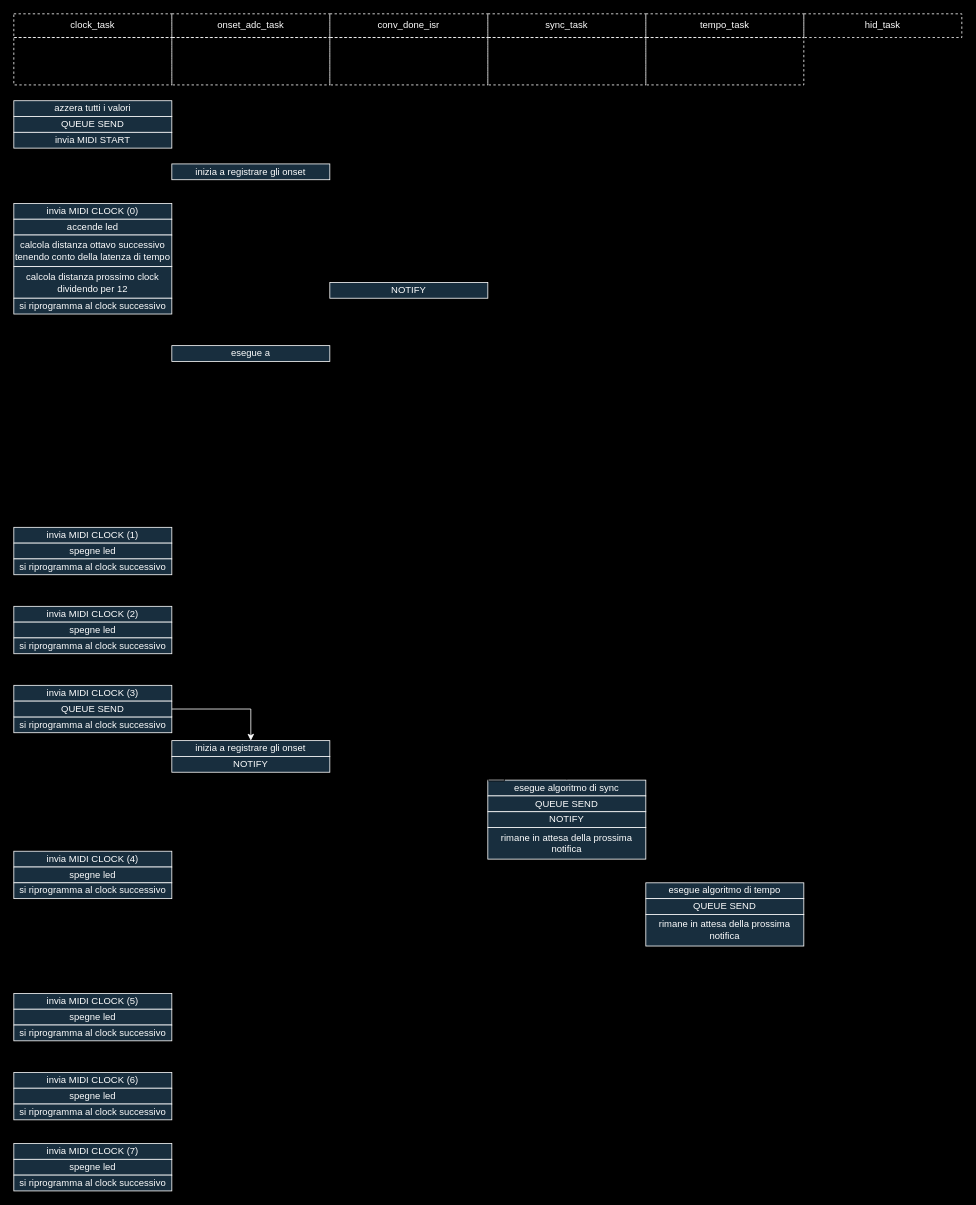
The draw.io diagram drawings/From_clock_on.drawio in carlo-monti/beat_catcher_2, before the edit. Source tidied: cells renumbered, new cells numbered last; positions are measured from the earlier drawing's top-left corner, leaving out a move shared by most shapes. Both pictures are drawn from the tidied source at 79%, with x=0, y=0 at pixel (13, 13).
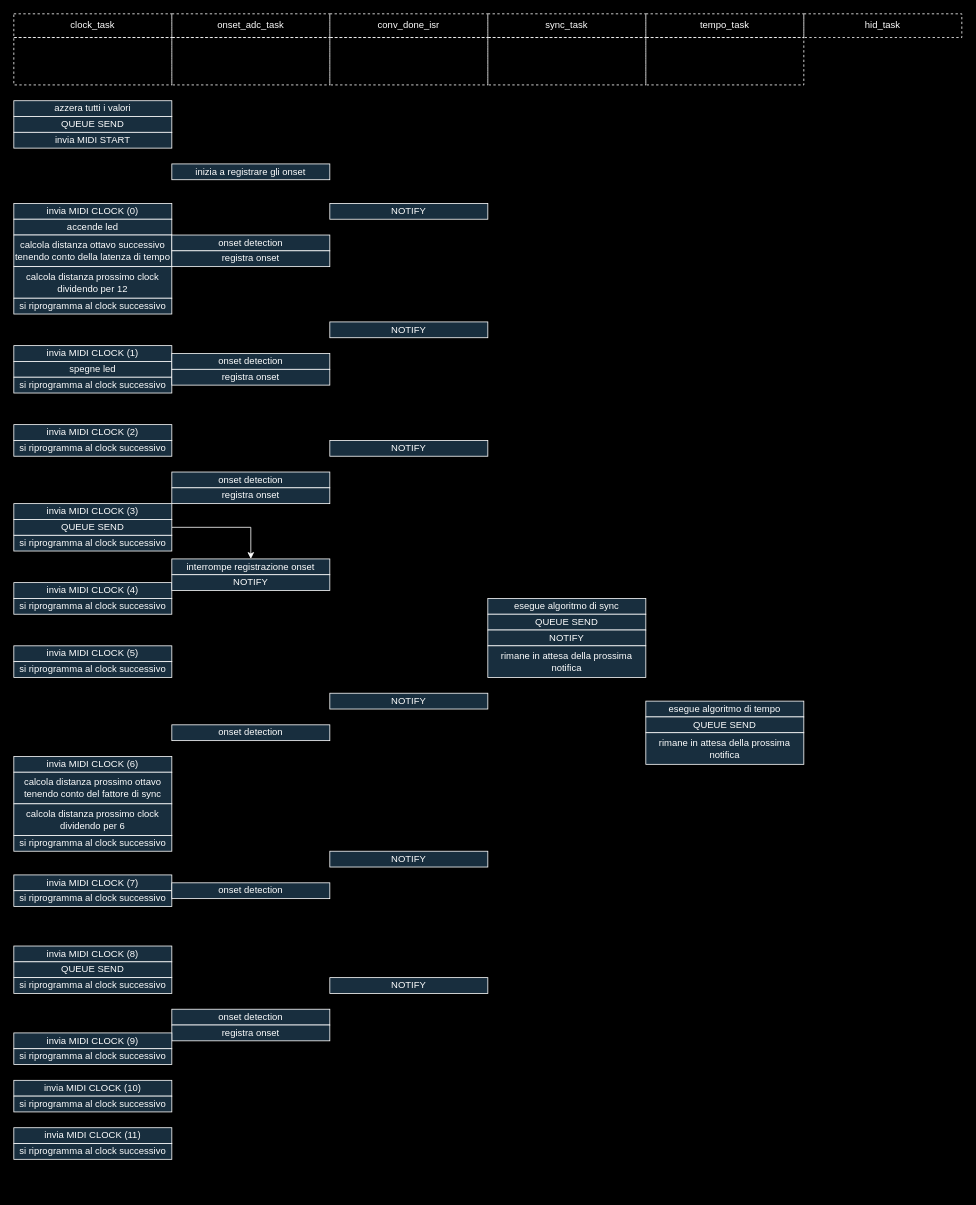
The same diagram, later.

Change to the diagram source:
```diff
@@
     <mxCell id="21" value="invia MIDI CLOCK (1)" style="rounded=0;whiteSpace=wrap;html=1;labelBackgroundColor=none;fillColor=#182E3E;strokeColor=#FFFFFF;fontColor=#FFFFFF;" parent="1" vertex="1">
-      <mxGeometry y="650" width="200" height="20" as="geometry" />
+      <mxGeometry y="420" width="200" height="20" as="geometry" />
     </mxCell>
     <mxCell id="22" value="spegne led" style="rounded=0;whiteSpace=wrap;html=1;labelBackgroundColor=none;fillColor=#182E3E;strokeColor=#FFFFFF;fontColor=#FFFFFF;" parent="1" vertex="1">
-      <mxGeometry y="670" width="200" height="20" as="geometry" />
+      <mxGeometry y="440" width="200" height="20" as="geometry" />
     </mxCell>
     <mxCell id="23" value="si riprogramma al clock successivo" style="rounded=0;whiteSpace=wrap;html=1;labelBackgroundColor=none;fillColor=#182E3E;strokeColor=#FFFFFF;fontColor=#FFFFFF;" parent="1" vertex="1">
-      <mxGeometry y="690" width="200" height="20" as="geometry" />
+      <mxGeometry y="460" width="200" height="20" as="geometry" />
     </mxCell>
     <mxCell id="24" value="invia MIDI CLOCK (2)" style="rounded=0;whiteSpace=wrap;html=1;labelBackgroundColor=none;fillColor=#182E3E;strokeColor=#FFFFFF;fontColor=#FFFFFF;" parent="1" vertex="1">
-      <mxGeometry y="750" width="200" height="20" as="geometry" />
+      <mxGeometry y="520" width="200" height="20" as="geometry" />
     </mxCell>
-    <mxCell id="25" value="spegne led" style="rounded=0;whiteSpace=wrap;html=1;labelBackgroundColor=none;fillColor=#182E3E;strokeColor=#FFFFFF;fontColor=#FFFFFF;" parent="1" vertex="1">
-      <mxGeometry y="770" width="200" height="20" as="geometry" />
-    </mxCell>
     <mxCell id="26" value="si riprogramma al clock successivo" style="rounded=0;whiteSpace=wrap;html=1;labelBackgroundColor=none;fillColor=#182E3E;strokeColor=#FFFFFF;fontColor=#FFFFFF;" parent="1" vertex="1">
-      <mxGeometry y="790" width="200" height="20" as="geometry" />
+      <mxGeometry y="540" width="200" height="20" as="geometry" />
     </mxCell>
     <mxCell id="27" value="invia MIDI CLOCK (3)" style="rounded=0;whiteSpace=wrap;html=1;labelBackgroundColor=none;fillColor=#182E3E;strokeColor=#FFFFFF;fontColor=#FFFFFF;" parent="1" vertex="1">
-      <mxGeometry y="850" width="200" height="20" as="geometry" />
+      <mxGeometry y="620" width="200" height="20" as="geometry" />
     </mxCell>
     <mxCell id="28" value="si riprogramma al clock successivo" style="rounded=0;whiteSpace=wrap;html=1;labelBackgroundColor=none;fillColor=#182E3E;strokeColor=#FFFFFF;fontColor=#FFFFFF;" parent="1" vertex="1">
-      <mxGeometry y="890" width="200" height="20" as="geometry" />
+      <mxGeometry y="660" width="200" height="20" as="geometry" />
     </mxCell>
@@
     <mxCell id="30" value="QUEUE SEND" style="rounded=0;whiteSpace=wrap;html=1;labelBackgroundColor=none;fillColor=#182E3E;strokeColor=#FFFFFF;fontColor=#FFFFFF;" parent="1" vertex="1">
-      <mxGeometry y="870" width="200" height="20" as="geometry" />
+      <mxGeometry y="640" width="200" height="20" as="geometry" />
     </mxCell>
     <mxCell id="31" value="invia MIDI CLOCK (4)" style="rounded=0;whiteSpace=wrap;html=1;labelBackgroundColor=none;fillColor=#182E3E;strokeColor=#FFFFFF;fontColor=#FFFFFF;" parent="1" vertex="1">
-      <mxGeometry y="1060" width="200" height="20" as="geometry" />
+      <mxGeometry y="720" width="200" height="20" as="geometry" />
     </mxCell>
-    <mxCell id="32" value="spegne led" style="rounded=0;whiteSpace=wrap;html=1;labelBackgroundColor=none;fillColor=#182E3E;strokeColor=#FFFFFF;fontColor=#FFFFFF;" parent="1" vertex="1">
-      <mxGeometry y="1080" width="200" height="20" as="geometry" />
-    </mxCell>
     <mxCell id="33" value="si riprogramma al clock successivo" style="rounded=0;whiteSpace=wrap;html=1;labelBackgroundColor=none;fillColor=#182E3E;strokeColor=#FFFFFF;fontColor=#FFFFFF;" parent="1" vertex="1">
-      <mxGeometry y="1100" width="200" height="20" as="geometry" />
+      <mxGeometry y="740" width="200" height="20" as="geometry" />
     </mxCell>
     <mxCell id="34" value="invia MIDI CLOCK (5)" style="rounded=0;whiteSpace=wrap;html=1;labelBackgroundColor=none;fillColor=#182E3E;strokeColor=#FFFFFF;fontColor=#FFFFFF;" parent="1" vertex="1">
-      <mxGeometry y="1240" width="200" height="20" as="geometry" />
+      <mxGeometry y="800" width="200" height="20" as="geometry" />
     </mxCell>
-    <mxCell id="35" value="spegne led" style="rounded=0;whiteSpace=wrap;html=1;labelBackgroundColor=none;fillColor=#182E3E;strokeColor=#FFFFFF;fontColor=#FFFFFF;" parent="1" vertex="1">
-      <mxGeometry y="1260" width="200" height="20" as="geometry" />
-    </mxCell>
     <mxCell id="36" value="si riprogramma al clock successivo" style="rounded=0;whiteSpace=wrap;html=1;labelBackgroundColor=none;fillColor=#182E3E;strokeColor=#FFFFFF;fontColor=#FFFFFF;" parent="1" vertex="1">
-      <mxGeometry y="1280" width="200" height="20" as="geometry" />
+      <mxGeometry y="820" width="200" height="20" as="geometry" />
     </mxCell>
-    <mxCell id="37" value="inizia a registrare gli onset" style="rounded=0;whiteSpace=wrap;html=1;labelBackgroundColor=none;fillColor=#182E3E;strokeColor=#FFFFFF;fontColor=#FFFFFF;" parent="1" vertex="1">
-      <mxGeometry x="200" y="920" width="200" height="20" as="geometry" />
+    <mxCell id="37" value="interrompe registrazione onset" style="rounded=0;whiteSpace=wrap;html=1;labelBackgroundColor=none;fillColor=#182E3E;strokeColor=#FFFFFF;fontColor=#FFFFFF;" parent="1" vertex="1">
+      <mxGeometry x="200" y="690" width="200" height="20" as="geometry" />
     </mxCell>
     <mxCell id="38" value="esegue algoritmo di sync" style="rounded=0;whiteSpace=wrap;html=1;labelBackgroundColor=none;fillColor=#182E3E;strokeColor=#FFFFFF;fontColor=#FFFFFF;" parent="1" vertex="1">
-      <mxGeometry x="600" y="970" width="200" height="20" as="geometry" />
+      <mxGeometry x="600" y="740" width="200" height="20" as="geometry" />
     </mxCell>
-    <mxCell id="39" style="edgeStyle=orthogonalEdgeStyle;rounded=0;jettySize=auto;html=1;exitX=1;exitY=0.5;exitDx=0;exitDy=0;entryX=0.5;entryY=0;entryDx=0;entryDy=0;" parent="1" edge="1" target="38">
-      <mxGeometry relative="1" as="geometry">
-        <mxPoint x="600" y="950" as="sourcePoint" />
-      </mxGeometry>
-    </mxCell>
     <mxCell id="40" value="NOTIFY" style="rounded=0;whiteSpace=wrap;html=1;labelBackgroundColor=none;fillColor=#182E3E;strokeColor=#FFFFFF;fontColor=#FFFFFF;" parent="1" vertex="1">
-      <mxGeometry x="200" y="940" width="200" height="20" as="geometry" />
+      <mxGeometry x="200" y="710" width="200" height="20" as="geometry" />
     </mxCell>
-    <mxCell id="41" style="edgeStyle=orthogonalEdgeStyle;rounded=0;jettySize=auto;html=1;exitX=0;exitY=0.25;exitDx=0;exitDy=0;entryX=0.75;entryY=0;entryDx=0;entryDy=0;" parent="1" edge="1" source="42" target="31">
-      <mxGeometry relative="1" as="geometry" />
-    </mxCell>
     <mxCell id="42" value="QUEUE SEND" style="rounded=0;whiteSpace=wrap;html=1;labelBackgroundColor=none;fillColor=#182E3E;strokeColor=#FFFFFF;fontColor=#FFFFFF;" parent="1" vertex="1">
-      <mxGeometry x="600" y="990" width="200" height="20" as="geometry" />
+      <mxGeometry x="600" y="760" width="200" height="20" as="geometry" />
     </mxCell>
     <mxCell id="43" value="NOTIFY" style="rounded=0;whiteSpace=wrap;html=1;labelBackgroundColor=none;fillColor=#182E3E;strokeColor=#FFFFFF;fontColor=#FFFFFF;" parent="1" vertex="1">
-      <mxGeometry x="600" y="1010" width="200" height="20" as="geometry" />
+      <mxGeometry x="600" y="780" width="200" height="20" as="geometry" />
     </mxCell>
-    <mxCell id="44" style="edgeStyle=orthogonalEdgeStyle;rounded=0;jettySize=auto;html=1;exitX=0;exitY=0.5;exitDx=0;exitDy=0;entryX=0.75;entryY=0;entryDx=0;entryDy=0;" parent="1" edge="1" target="34">
-      <mxGeometry relative="1" as="geometry">
-        <mxPoint x="600" y="1160" as="sourcePoint" />
-      </mxGeometry>
-    </mxCell>
     <mxCell id="45" value="rimane in attesa della prossima notifica" style="rounded=0;whiteSpace=wrap;html=1;labelBackgroundColor=none;fillColor=#182E3E;strokeColor=#FFFFFF;fontColor=#FFFFFF;" parent="1" vertex="1">
-      <mxGeometry x="600" y="1030" width="200" height="40" as="geometry" />
+      <mxGeometry x="600" y="800" width="200" height="40" as="geometry" />
     </mxCell>
     <mxCell id="46" value="esegue algoritmo di tempo" style="rounded=0;whiteSpace=wrap;html=1;labelBackgroundColor=none;fillColor=#182E3E;strokeColor=#FFFFFF;fontColor=#FFFFFF;" parent="1" vertex="1">
-      <mxGeometry x="800" y="1100" width="200" height="20" as="geometry" />
+      <mxGeometry x="800" y="870" width="200" height="20" as="geometry" />
     </mxCell>
-    <mxCell id="47" style="edgeStyle=orthogonalEdgeStyle;rounded=0;jettySize=auto;html=1;exitX=0;exitY=0.5;exitDx=0;exitDy=0;entryX=0.75;entryY=0;entryDx=0;entryDy=0;" parent="1" edge="1" source="48" target="34">
-      <mxGeometry relative="1" as="geometry" />
-    </mxCell>
     <mxCell id="48" value="QUEUE SEND" style="rounded=0;whiteSpace=wrap;html=1;labelBackgroundColor=none;fillColor=#182E3E;strokeColor=#FFFFFF;fontColor=#FFFFFF;" parent="1" vertex="1">
-      <mxGeometry x="800" y="1120" width="200" height="20" as="geometry" />
+      <mxGeometry x="800" y="890" width="200" height="20" as="geometry" />
     </mxCell>
     <mxCell id="49" value="rimane in attesa della prossima notifica" style="rounded=0;whiteSpace=wrap;html=1;labelBackgroundColor=none;fillColor=#182E3E;strokeColor=#FFFFFF;fontColor=#FFFFFF;" parent="1" vertex="1">
-      <mxGeometry x="800" y="1140" width="200" height="40" as="geometry" />
+      <mxGeometry x="800" y="910" width="200" height="40" as="geometry" />
     </mxCell>
     <mxCell id="50" value="invia MIDI CLOCK (6)" style="rounded=0;whiteSpace=wrap;html=1;labelBackgroundColor=none;fillColor=#182E3E;strokeColor=#FFFFFF;fontColor=#FFFFFF;" parent="1" vertex="1">
-      <mxGeometry y="1340" width="200" height="20" as="geometry" />
+      <mxGeometry y="940" width="200" height="20" as="geometry" />
     </mxCell>
-    <mxCell id="51" value="spegne led" style="rounded=0;whiteSpace=wrap;html=1;labelBackgroundColor=none;fillColor=#182E3E;strokeColor=#FFFFFF;fontColor=#FFFFFF;" parent="1" vertex="1">
-      <mxGeometry y="1360" width="200" height="20" as="geometry" />
-    </mxCell>
     <mxCell id="52" value="si riprogramma al clock successivo" style="rounded=0;whiteSpace=wrap;html=1;labelBackgroundColor=none;fillColor=#182E3E;strokeColor=#FFFFFF;fontColor=#FFFFFF;" parent="1" vertex="1">
-      <mxGeometry y="1380" width="200" height="20" as="geometry" />
+      <mxGeometry y="1040" width="200" height="20" as="geometry" />
     </mxCell>
     <mxCell id="53" value="invia MIDI CLOCK (7)" style="rounded=0;whiteSpace=wrap;html=1;labelBackgroundColor=none;fillColor=#182E3E;strokeColor=#FFFFFF;fontColor=#FFFFFF;" parent="1" vertex="1">
-      <mxGeometry y="1430" width="200" height="20" as="geometry" />
+      <mxGeometry y="1090" width="200" height="20" as="geometry" />
     </mxCell>
-    <mxCell id="54" value="spegne led" style="rounded=0;whiteSpace=wrap;html=1;labelBackgroundColor=none;fillColor=#182E3E;strokeColor=#FFFFFF;fontColor=#FFFFFF;" parent="1" vertex="1">
-      <mxGeometry y="1450" width="200" height="20" as="geometry" />
-    </mxCell>
     <mxCell id="55" value="si riprogramma al clock successivo" style="rounded=0;whiteSpace=wrap;html=1;labelBackgroundColor=none;fillColor=#182E3E;strokeColor=#FFFFFF;fontColor=#FFFFFF;" parent="1" vertex="1">
-      <mxGeometry y="1470" width="200" height="20" as="geometry" />
+      <mxGeometry y="1110" width="200" height="20" as="geometry" />
     </mxCell>
     <mxCell id="56" value="NOTIFY" style="rounded=0;whiteSpace=wrap;html=1;labelBackgroundColor=none;fillColor=#182E3E;strokeColor=#FFFFFF;fontColor=#FFFFFF;" parent="1" vertex="1">
-      <mxGeometry x="400" y="340" width="200" height="20" as="geometry" />
+      <mxGeometry x="400" y="240" width="200" height="20" as="geometry" />
     </mxCell>
@@
-    <mxCell id="58" value="esegue a" style="rounded=0;whiteSpace=wrap;html=1;labelBackgroundColor=none;fillColor=#182E3E;strokeColor=#FFFFFF;fontColor=#FFFFFF;" parent="1" vertex="1">
-      <mxGeometry x="200" y="420" width="200" height="20" as="geometry" />
+    <mxCell id="58" value="onset detection" style="rounded=0;whiteSpace=wrap;html=1;labelBackgroundColor=none;fillColor=#182E3E;strokeColor=#FFFFFF;fontColor=#FFFFFF;" parent="1" vertex="1">
+      <mxGeometry x="200" y="280" width="200" height="20" as="geometry" />
     </mxCell>
+    <mxCell id="59" value="registra onset" style="rounded=0;whiteSpace=wrap;html=1;labelBackgroundColor=none;fillColor=#182E3E;strokeColor=#FFFFFF;fontColor=#FFFFFF;" parent="1" vertex="1">
+      <mxGeometry x="200" y="300" width="200" height="20" as="geometry" />
+    </mxCell>
+    <mxCell id="60" value="NOTIFY" style="rounded=0;whiteSpace=wrap;html=1;labelBackgroundColor=none;fillColor=#182E3E;strokeColor=#FFFFFF;fontColor=#FFFFFF;" parent="1" vertex="1">
+      <mxGeometry x="400" y="390" width="200" height="20" as="geometry" />
+    </mxCell>
+    <mxCell id="61" value="onset detection" style="rounded=0;whiteSpace=wrap;html=1;labelBackgroundColor=none;fillColor=#182E3E;strokeColor=#FFFFFF;fontColor=#FFFFFF;" parent="1" vertex="1">
+      <mxGeometry x="200" y="430" width="200" height="20" as="geometry" />
+    </mxCell>
+    <mxCell id="62" value="registra onset" style="rounded=0;whiteSpace=wrap;html=1;labelBackgroundColor=none;fillColor=#182E3E;strokeColor=#FFFFFF;fontColor=#FFFFFF;" parent="1" vertex="1">
+      <mxGeometry x="200" y="450" width="200" height="20" as="geometry" />
+    </mxCell>
+    <mxCell id="63" value="NOTIFY" style="rounded=0;whiteSpace=wrap;html=1;labelBackgroundColor=none;fillColor=#182E3E;strokeColor=#FFFFFF;fontColor=#FFFFFF;" parent="1" vertex="1">
+      <mxGeometry x="400" y="540" width="200" height="20" as="geometry" />
+    </mxCell>
+    <mxCell id="64" value="onset detection" style="rounded=0;whiteSpace=wrap;html=1;labelBackgroundColor=none;fillColor=#182E3E;strokeColor=#FFFFFF;fontColor=#FFFFFF;" parent="1" vertex="1">
+      <mxGeometry x="200" y="580" width="200" height="20" as="geometry" />
+    </mxCell>
+    <mxCell id="65" value="registra onset" style="rounded=0;whiteSpace=wrap;html=1;labelBackgroundColor=none;fillColor=#182E3E;strokeColor=#FFFFFF;fontColor=#FFFFFF;" parent="1" vertex="1">
+      <mxGeometry x="200" y="600" width="200" height="20" as="geometry" />
+    </mxCell>
+    <mxCell id="66" value="calcola distanza prossimo ottavo tenendo conto del fattore di sync" style="rounded=0;whiteSpace=wrap;html=1;labelBackgroundColor=none;fillColor=#182E3E;strokeColor=#FFFFFF;fontColor=#FFFFFF;" parent="1" vertex="1">
+      <mxGeometry y="960" width="200" height="40" as="geometry" />
+    </mxCell>
+    <mxCell id="67" value="calcola distanza prossimo clock dividendo per 6" style="rounded=0;whiteSpace=wrap;html=1;labelBackgroundColor=none;fillColor=#182E3E;strokeColor=#FFFFFF;fontColor=#FFFFFF;" parent="1" vertex="1">
+      <mxGeometry y="1000" width="200" height="40" as="geometry" />
+    </mxCell>
+    <mxCell id="68" value="NOTIFY" style="rounded=0;whiteSpace=wrap;html=1;labelBackgroundColor=none;fillColor=#182E3E;strokeColor=#FFFFFF;fontColor=#FFFFFF;" parent="1" vertex="1">
+      <mxGeometry x="400" y="860" width="200" height="20" as="geometry" />
+    </mxCell>
+    <mxCell id="69" value="onset detection" style="rounded=0;whiteSpace=wrap;html=1;labelBackgroundColor=none;fillColor=#182E3E;strokeColor=#FFFFFF;fontColor=#FFFFFF;" parent="1" vertex="1">
+      <mxGeometry x="200" y="900" width="200" height="20" as="geometry" />
+    </mxCell>
+    <mxCell id="70" value="NOTIFY" style="rounded=0;whiteSpace=wrap;html=1;labelBackgroundColor=none;fillColor=#182E3E;strokeColor=#FFFFFF;fontColor=#FFFFFF;" parent="1" vertex="1">
+      <mxGeometry x="400" y="1060" width="200" height="20" as="geometry" />
+    </mxCell>
+    <mxCell id="71" value="onset detection" style="rounded=0;whiteSpace=wrap;html=1;labelBackgroundColor=none;fillColor=#182E3E;strokeColor=#FFFFFF;fontColor=#FFFFFF;" parent="1" vertex="1">
+      <mxGeometry x="200" y="1100" width="200" height="20" as="geometry" />
+    </mxCell>
+    <mxCell id="72" value="NOTIFY" style="rounded=0;whiteSpace=wrap;html=1;labelBackgroundColor=none;fillColor=#182E3E;strokeColor=#FFFFFF;fontColor=#FFFFFF;" parent="1" vertex="1">
+      <mxGeometry x="400" y="1220" width="200" height="20" as="geometry" />
+    </mxCell>
+    <mxCell id="73" value="onset detection" style="rounded=0;whiteSpace=wrap;html=1;labelBackgroundColor=none;fillColor=#182E3E;strokeColor=#FFFFFF;fontColor=#FFFFFF;" parent="1" vertex="1">
+      <mxGeometry x="200" y="1260" width="200" height="20" as="geometry" />
+    </mxCell>
+    <mxCell id="74" value="invia MIDI CLOCK (8)" style="rounded=0;whiteSpace=wrap;html=1;labelBackgroundColor=none;fillColor=#182E3E;strokeColor=#FFFFFF;fontColor=#FFFFFF;" parent="1" vertex="1">
+      <mxGeometry y="1180" width="200" height="20" as="geometry" />
+    </mxCell>
+    <mxCell id="75" value="QUEUE SEND" style="rounded=0;whiteSpace=wrap;html=1;labelBackgroundColor=none;fillColor=#182E3E;strokeColor=#FFFFFF;fontColor=#FFFFFF;" parent="1" vertex="1">
+      <mxGeometry y="1200" width="200" height="20" as="geometry" />
+    </mxCell>
+    <mxCell id="76" value="si riprogramma al clock successivo" style="rounded=0;whiteSpace=wrap;html=1;labelBackgroundColor=none;fillColor=#182E3E;strokeColor=#FFFFFF;fontColor=#FFFFFF;" parent="1" vertex="1">
+      <mxGeometry y="1220" width="200" height="20" as="geometry" />
+    </mxCell>
+    <mxCell id="77" value="registra onset" style="rounded=0;whiteSpace=wrap;html=1;labelBackgroundColor=none;fillColor=#182E3E;strokeColor=#FFFFFF;fontColor=#FFFFFF;" parent="1" vertex="1">
+      <mxGeometry x="200" y="1280" width="200" height="20" as="geometry" />
+    </mxCell>
+    <mxCell id="78" value="invia MIDI CLOCK (9)" style="rounded=0;whiteSpace=wrap;html=1;labelBackgroundColor=none;fillColor=#182E3E;strokeColor=#FFFFFF;fontColor=#FFFFFF;" parent="1" vertex="1">
+      <mxGeometry y="1290" width="200" height="20" as="geometry" />
+    </mxCell>
+    <mxCell id="79" value="si riprogramma al clock successivo" style="rounded=0;whiteSpace=wrap;html=1;labelBackgroundColor=none;fillColor=#182E3E;strokeColor=#FFFFFF;fontColor=#FFFFFF;" parent="1" vertex="1">
+      <mxGeometry y="1310" width="200" height="20" as="geometry" />
+    </mxCell>
+    <mxCell id="80" value="invia MIDI CLOCK (10)" style="rounded=0;whiteSpace=wrap;html=1;labelBackgroundColor=none;fillColor=#182E3E;strokeColor=#FFFFFF;fontColor=#FFFFFF;" parent="1" vertex="1">
+      <mxGeometry y="1350" width="200" height="20" as="geometry" />
+    </mxCell>
+    <mxCell id="81" value="si riprogramma al clock successivo" style="rounded=0;whiteSpace=wrap;html=1;labelBackgroundColor=none;fillColor=#182E3E;strokeColor=#FFFFFF;fontColor=#FFFFFF;" parent="1" vertex="1">
+      <mxGeometry y="1370" width="200" height="20" as="geometry" />
+    </mxCell>
+    <mxCell id="82" value="invia MIDI CLOCK (11)" style="rounded=0;whiteSpace=wrap;html=1;labelBackgroundColor=none;fillColor=#182E3E;strokeColor=#FFFFFF;fontColor=#FFFFFF;" parent="1" vertex="1">
+      <mxGeometry y="1410" width="200" height="20" as="geometry" />
+    </mxCell>
+    <mxCell id="83" value="si riprogramma al clock successivo" style="rounded=0;whiteSpace=wrap;html=1;labelBackgroundColor=none;fillColor=#182E3E;strokeColor=#FFFFFF;fontColor=#FFFFFF;" parent="1" vertex="1">
+      <mxGeometry y="1430" width="200" height="20" as="geometry" />
+    </mxCell>
```
